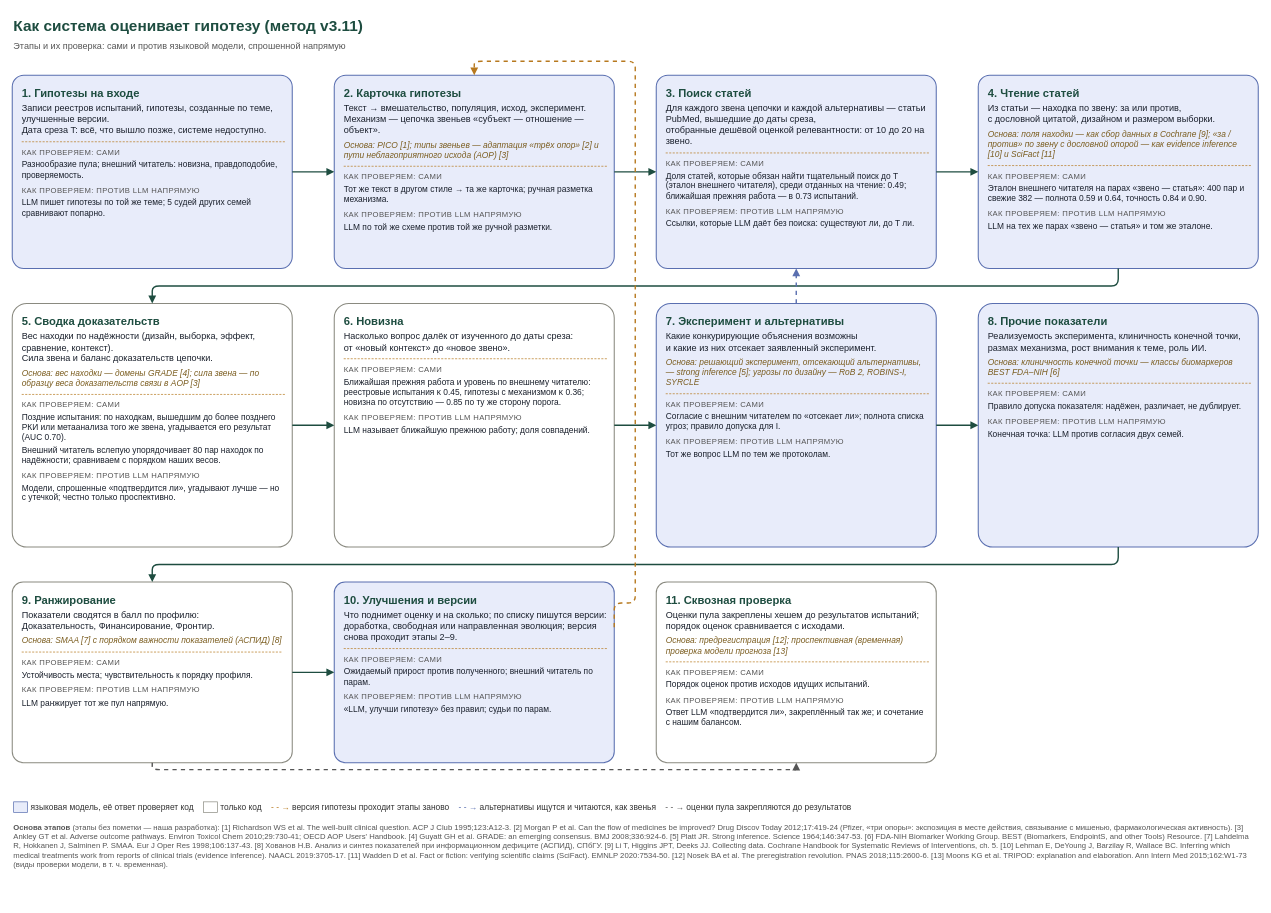
Above: scripts/docs/flow_check.drawio in danrd/hyp-arena (draw.io), before the change. Source tidied: cells renumbered, new cells numbered last; positions are measured from the earlier drawing's top-left corner, leaving out a move shared by most shapes. Both pictures are drawn from the tidied source at 70%, with x=0, y=0 at pixel (12, 12).
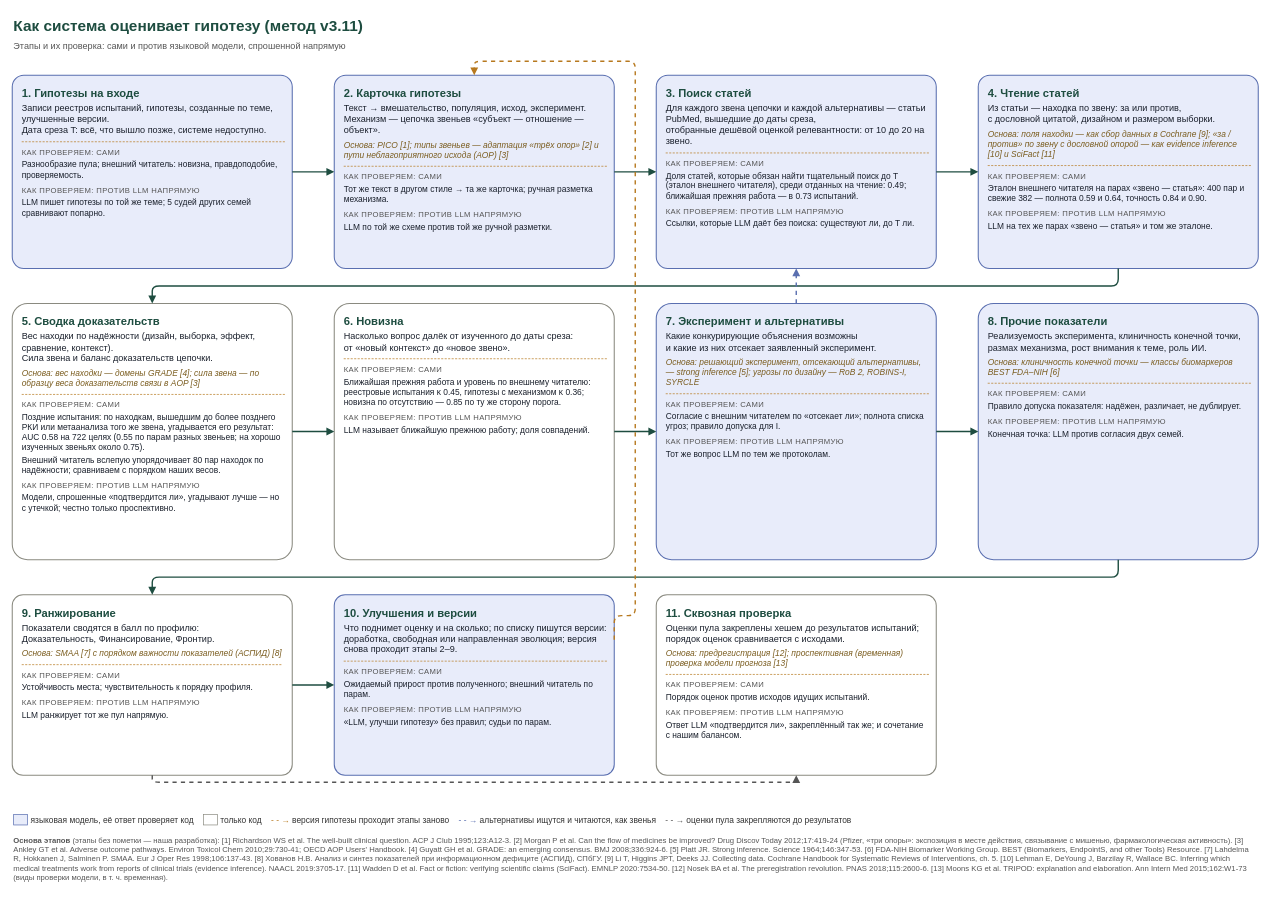
After the change.

Commit message (it also covers changes not shown here):
Schemes redrawn by a committed renderer (scripts/docs/render_png.js); flow scheme R2 updated; backlog rows closed this session

The change refers to these unchanged cells:
```xml
<mxCell id="4" value="&lt;div style='font-size:16px;color:#1E4D40'&gt;&lt;b&gt;2. Карточка гипотезы&lt;/b&gt;&lt;/div&gt;&lt;div style='margin-top:4px'&gt;Текст → вмешательство, популяция, исход, эксперимент.&lt;br/&gt;Механизм — цепочка звеньев «субъект — отношение — объект».&lt;/div&gt;&lt;div style='margin-top:6px;font-size:12px;color:#7A5C1E'&gt;&lt;i&gt;Основа: PICO [1]; типы звеньев — адаптация «трёх опор» [2] и пути неблагоприятного исхода (AOP) [3]&lt;/i&gt;&lt;/div&gt;&lt;div style='margin-top:8px;border-top:1px dashed #B7791F'&gt;&lt;/div&gt;&lt;div style='margin-top:8px;font-size:11px;color:#555;text-transform:uppercase;letter-spacing:0.5px'&gt;Как проверяем: сами&lt;/div&gt;&lt;div style='font-size:12px'&gt;&lt;div style='margin-top:4px'&gt;Тот же текст в другом стиле → та же карточка; ручная разметка механизма.&lt;/div&gt;&lt;/div&gt;&lt;div style='margin-top:8px;font-size:11px;color:#555;text-transform:uppercase;letter-spacing:0.5px'&gt;Как проверяем: против LLM напрямую&lt;/div&gt;&lt;div style='font-size:12px'&gt;&lt;div style='margin-top:4px'&gt;LLM по той же схеме против той же ручной разметки.&lt;/div&gt;&lt;/div&gt;" style="rounded=1;arcSize=6;whiteSpace=wrap;html=1;fillColor=#E8ECFA;strokeColor=#5A6FB0;strokeWidth=1.5;fontSize=13;fontColor=#1A202C;align=left;verticalAlign=top;spacingLeft=12;spacingRight=10;spacingTop=10;" parent="1" vertex="1">
  <mxGeometry x="460" y="90" width="400" height="276" as="geometry" />
</mxCell>
```

Change to the diagram source:
```diff
@@
-    <mxCell id="7" value="&lt;div style='font-size:16px;color:#1E4D40'&gt;&lt;b&gt;5. Сводка доказательств&lt;/b&gt;&lt;/div&gt;&lt;div style='margin-top:4px'&gt;Вес находки по надёжности (дизайн, выборка, эффект, сравнение, контекст).&lt;br/&gt;Сила звена и баланс доказательств цепочки.&lt;/div&gt;&lt;div style='margin-top:6px;font-size:12px;color:#7A5C1E'&gt;&lt;i&gt;Основа: вес находки — домены GRADE [4]; сила звена — по образцу веса доказательств связи в AOP [3]&lt;/i&gt;&lt;/div&gt;&lt;div style='margin-top:8px;border-top:1px dashed #B7791F'&gt;&lt;/div&gt;&lt;div style='margin-top:8px;font-size:11px;color:#555;text-transform:uppercase;letter-spacing:0.5px'&gt;Как проверяем: сами&lt;/div&gt;&lt;div style='font-size:12px'&gt;&lt;div style='margin-top:4px'&gt;Поздние испытания: по находкам, вышедшим до более позднего РКИ или метаанализа того же звена, угадывается его результат (AUC 0.70).&lt;/div&gt;&lt;div style='margin-top:4px'&gt;Внешний читатель вслепую упорядочивает 80 пар находок по надёжности; сравниваем с порядком наших весов.&lt;/div&gt;&lt;/div&gt;&lt;div style='margin-top:8px;font-size:11px;color:#555;text-transform:uppercase;letter-spacing:0.5px'&gt;Как проверяем: против LLM напрямую&lt;/div&gt;&lt;div style='font-size:12px'&gt;&lt;div style='margin-top:4px'&gt;Модели, спрошенные «подтвердится ли», угадывают лучше — но с утечкой; честно только проспективно.&lt;/div&gt;&lt;/div&gt;" style="rounded=1;arcSize=6;whiteSpace=wrap;html=1;fillColor=#FFFFFF;strokeColor=#8A8A80;strokeWidth=1.5;fontSize=13;fontColor=#1A202C;align=left;verticalAlign=top;spacingLeft=12;spacingRight=10;spacingTop=10;" parent="1" vertex="1">
-      <mxGeometry y="416" width="400" height="348" as="geometry" />
+    <mxCell id="7" value="&lt;div style='font-size:16px;color:#1E4D40'&gt;&lt;b&gt;5. Сводка доказательств&lt;/b&gt;&lt;/div&gt;&lt;div style='margin-top:4px'&gt;Вес находки по надёжности (дизайн, выборка, эффект, сравнение, контекст).&lt;br/&gt;Сила звена и баланс доказательств цепочки.&lt;/div&gt;&lt;div style='margin-top:6px;font-size:12px;color:#7A5C1E'&gt;&lt;i&gt;Основа: вес находки — домены GRADE [4]; сила звена — по образцу веса доказательств связи в AOP [3]&lt;/i&gt;&lt;/div&gt;&lt;div style='margin-top:8px;border-top:1px dashed #B7791F'&gt;&lt;/div&gt;&lt;div style='margin-top:8px;font-size:11px;color:#555;text-transform:uppercase;letter-spacing:0.5px'&gt;Как проверяем: сами&lt;/div&gt;&lt;div style='font-size:12px'&gt;&lt;div style='margin-top:4px'&gt;Поздние испытания: по находкам, вышедшим до более позднего РКИ или метаанализа того же звена, угадывается его результат: AUC 0.58 на 722 целях (0.55 по парам разных звеньев; на хорошо изученных звеньях около 0.75).&lt;/div&gt;&lt;div style='margin-top:4px'&gt;Внешний читатель вслепую упорядочивает 80 пар находок по надёжности; сравниваем с порядком наших весов.&lt;/div&gt;&lt;/div&gt;&lt;div style='margin-top:8px;font-size:11px;color:#555;text-transform:uppercase;letter-spacing:0.5px'&gt;Как проверяем: против LLM напрямую&lt;/div&gt;&lt;div style='font-size:12px'&gt;&lt;div style='margin-top:4px'&gt;Модели, спрошенные «подтвердится ли», угадывают лучше — но с утечкой; честно только проспективно.&lt;/div&gt;&lt;/div&gt;" style="rounded=1;arcSize=6;whiteSpace=wrap;html=1;fillColor=#FFFFFF;strokeColor=#8A8A80;strokeWidth=1.5;fontSize=13;fontColor=#1A202C;align=left;verticalAlign=top;spacingLeft=12;spacingRight=10;spacingTop=10;" parent="1" vertex="1">
+      <mxGeometry y="416" width="400" height="366" as="geometry" />
     </mxCell>
     <mxCell id="8" value="&lt;div style='font-size:16px;color:#1E4D40'&gt;&lt;b&gt;6. Новизна&lt;/b&gt;&lt;/div&gt;&lt;div style='margin-top:4px'&gt;Насколько вопрос далёк от изученного до даты среза:&lt;br/&gt;от «новый контекст» до «новое звено».&lt;/div&gt;&lt;div style='margin-top:8px;border-top:1px dashed #B7791F'&gt;&lt;/div&gt;&lt;div style='margin-top:8px;font-size:11px;color:#555;text-transform:uppercase;letter-spacing:0.5px'&gt;Как проверяем: сами&lt;/div&gt;&lt;div style='font-size:12px'&gt;&lt;div style='margin-top:4px'&gt;Ближайшая прежняя работа и уровень по внешнему читателю: реестровые испытания κ 0.45, гипотезы с механизмом κ 0.36; новизна по отсутствию — 0.85 по ту же сторону порога.&lt;/div&gt;&lt;/div&gt;&lt;div style='margin-top:8px;font-size:11px;color:#555;text-transform:uppercase;letter-spacing:0.5px'&gt;Как проверяем: против LLM напрямую&lt;/div&gt;&lt;div style='font-size:12px'&gt;&lt;div style='margin-top:4px'&gt;LLM называет ближайшую прежнюю работу; доля совпадений.&lt;/div&gt;&lt;/div&gt;" style="rounded=1;arcSize=6;whiteSpace=wrap;html=1;fillColor=#FFFFFF;strokeColor=#8A8A80;strokeWidth=1.5;fontSize=13;fontColor=#1A202C;align=left;verticalAlign=top;spacingLeft=12;spacingRight=10;spacingTop=10;" parent="1" vertex="1">
-      <mxGeometry x="460" y="416" width="400" height="348" as="geometry" />
+      <mxGeometry x="460" y="416" width="400" height="366" as="geometry" />
     </mxCell>
     <mxCell id="9" value="&lt;div style='font-size:16px;color:#1E4D40'&gt;&lt;b&gt;7. Эксперимент и альтернативы&lt;/b&gt;&lt;/div&gt;&lt;div style='margin-top:4px'&gt;Какие конкурирующие объяснения возможны&lt;br/&gt;и какие из них отсекает заявленный эксперимент.&lt;/div&gt;&lt;div style='margin-top:6px;font-size:12px;color:#7A5C1E'&gt;&lt;i&gt;Основа: решающий эксперимент, отсекающий альтернативы, — strong inference [5]; угрозы по дизайну — RoB 2, ROBINS-I, SYRCLE&lt;/i&gt;&lt;/div&gt;&lt;div style='margin-top:8px;border-top:1px dashed #B7791F'&gt;&lt;/div&gt;&lt;div style='margin-top:8px;font-size:11px;color:#555;text-transform:uppercase;letter-spacing:0.5px'&gt;Как проверяем: сами&lt;/div&gt;&lt;div style='font-size:12px'&gt;&lt;div style='margin-top:4px'&gt;Согласие с внешним читателем по «отсекает ли»; полнота списка угроз; правило допуска для I.&lt;/div&gt;&lt;/div&gt;&lt;div style='margin-top:8px;font-size:11px;color:#555;text-transform:uppercase;letter-spacing:0.5px'&gt;Как проверяем: против LLM напрямую&lt;/div&gt;&lt;div style='font-size:12px'&gt;&lt;div style='margin-top:4px'&gt;Тот же вопрос LLM по тем же протоколам.&lt;/div&gt;&lt;/div&gt;" style="rounded=1;arcSize=6;whiteSpace=wrap;html=1;fillColor=#E8ECFA;strokeColor=#5A6FB0;strokeWidth=1.5;fontSize=13;fontColor=#1A202C;align=left;verticalAlign=top;spacingLeft=12;spacingRight=10;spacingTop=10;" parent="1" vertex="1">
-      <mxGeometry x="920" y="416" width="400" height="348" as="geometry" />
+      <mxGeometry x="920" y="416" width="400" height="366" as="geometry" />
     </mxCell>
     <mxCell id="10" value="&lt;div style='font-size:16px;color:#1E4D40'&gt;&lt;b&gt;8. Прочие показатели&lt;/b&gt;&lt;/div&gt;&lt;div style='margin-top:4px'&gt;Реализуемость эксперимента, клиничность конечной точки,&lt;br/&gt;размах механизма, рост внимания к теме, роль ИИ.&lt;/div&gt;&lt;div style='margin-top:6px;font-size:12px;color:#7A5C1E'&gt;&lt;i&gt;Основа: клиничность конечной точки — классы биомаркеров BEST FDA–NIH [6]&lt;/i&gt;&lt;/div&gt;&lt;div style='margin-top:8px;border-top:1px dashed #B7791F'&gt;&lt;/div&gt;&lt;div style='margin-top:8px;font-size:11px;color:#555;text-transform:uppercase;letter-spacing:0.5px'&gt;Как проверяем: сами&lt;/div&gt;&lt;div style='font-size:12px'&gt;&lt;div style='margin-top:4px'&gt;Правило допуска показателя: надёжен, различает, не дублирует.&lt;/div&gt;&lt;/div&gt;&lt;div style='margin-top:8px;font-size:11px;color:#555;text-transform:uppercase;letter-spacing:0.5px'&gt;Как проверяем: против LLM напрямую&lt;/div&gt;&lt;div style='font-size:12px'&gt;&lt;div style='margin-top:4px'&gt;Конечная точка: LLM против согласия двух семей.&lt;/div&gt;&lt;/div&gt;" style="rounded=1;arcSize=6;whiteSpace=wrap;html=1;fillColor=#E8ECFA;strokeColor=#5A6FB0;strokeWidth=1.5;fontSize=13;fontColor=#1A202C;align=left;verticalAlign=top;spacingLeft=12;spacingRight=10;spacingTop=10;" parent="1" vertex="1">
-      <mxGeometry x="1380" y="416" width="400" height="348" as="geometry" />
+      <mxGeometry x="1380" y="416" width="400" height="366" as="geometry" />
     </mxCell>
     <mxCell id="11" value="&lt;div style='font-size:16px;color:#1E4D40'&gt;&lt;b&gt;9. Ранжирование&lt;/b&gt;&lt;/div&gt;&lt;div style='margin-top:4px'&gt;Показатели сводятся в балл по профилю:&lt;br/&gt;Доказательность, Финансирование, Фронтир.&lt;/div&gt;&lt;div style='margin-top:6px;font-size:12px;color:#7A5C1E'&gt;&lt;i&gt;Основа: SMAA [7] с порядком важности показателей (АСПИД) [8]&lt;/i&gt;&lt;/div&gt;&lt;div style='margin-top:8px;border-top:1px dashed #B7791F'&gt;&lt;/div&gt;&lt;div style='margin-top:8px;font-size:11px;color:#555;text-transform:uppercase;letter-spacing:0.5px'&gt;Как проверяем: сами&lt;/div&gt;&lt;div style='font-size:12px'&gt;&lt;div style='margin-top:4px'&gt;Устойчивость места; чувствительность к порядку профиля.&lt;/div&gt;&lt;/div&gt;&lt;div style='margin-top:8px;font-size:11px;color:#555;text-transform:uppercase;letter-spacing:0.5px'&gt;Как проверяем: против LLM напрямую&lt;/div&gt;&lt;div style='font-size:12px'&gt;&lt;div style='margin-top:4px'&gt;LLM ранжирует тот же пул напрямую.&lt;/div&gt;&lt;/div&gt;" style="rounded=1;arcSize=6;whiteSpace=wrap;html=1;fillColor=#FFFFFF;strokeColor=#8A8A80;strokeWidth=1.5;fontSize=13;fontColor=#1A202C;align=left;verticalAlign=top;spacingLeft=12;spacingRight=10;spacingTop=10;" parent="1" vertex="1">
-      <mxGeometry y="814" width="400" height="258" as="geometry" />
+      <mxGeometry y="832" width="400" height="258" as="geometry" />
     </mxCell>
     <mxCell id="12" value="&lt;div style='font-size:16px;color:#1E4D40'&gt;&lt;b&gt;10. Улучшения и версии&lt;/b&gt;&lt;/div&gt;&lt;div style='margin-top:4px'&gt;Что поднимет оценку и на сколько; по списку пишутся версии:&lt;br/&gt;доработка, свободная или направленная эволюция; версия снова проходит этапы 2–9.&lt;/div&gt;&lt;div style='margin-top:8px;border-top:1px dashed #B7791F'&gt;&lt;/div&gt;&lt;div style='margin-top:8px;font-size:11px;color:#555;text-transform:uppercase;letter-spacing:0.5px'&gt;Как проверяем: сами&lt;/div&gt;&lt;div style='font-size:12px'&gt;&lt;div style='margin-top:4px'&gt;Ожидаемый прирост против полученного; внешний читатель по парам.&lt;/div&gt;&lt;/div&gt;&lt;div style='margin-top:8px;font-size:11px;color:#555;text-transform:uppercase;letter-spacing:0.5px'&gt;Как проверяем: против LLM напрямую&lt;/div&gt;&lt;div style='font-size:12px'&gt;&lt;div style='margin-top:4px'&gt;«LLM, улучши гипотезу» без правил; судьи по парам.&lt;/div&gt;&lt;/div&gt;" style="rounded=1;arcSize=6;whiteSpace=wrap;html=1;fillColor=#E8ECFA;strokeColor=#5A6FB0;strokeWidth=1.5;fontSize=13;fontColor=#1A202C;align=left;verticalAlign=top;spacingLeft=12;spacingRight=10;spacingTop=10;" parent="1" vertex="1">
-      <mxGeometry x="460" y="814" width="400" height="258" as="geometry" />
+      <mxGeometry x="460" y="832" width="400" height="258" as="geometry" />
     </mxCell>
     <mxCell id="13" value="&lt;div style='font-size:16px;color:#1E4D40'&gt;&lt;b&gt;11. Сквозная проверка&lt;/b&gt;&lt;/div&gt;&lt;div style='margin-top:4px'&gt;Оценки пула закреплены хешем до результатов испытаний;&lt;br/&gt;порядок оценок сравнивается с исходами.&lt;/div&gt;&lt;div style='margin-top:6px;font-size:12px;color:#7A5C1E'&gt;&lt;i&gt;Основа: предрегистрация [12]; проспективная (временная) проверка модели прогноза [13]&lt;/i&gt;&lt;/div&gt;&lt;div style='margin-top:8px;border-top:1px dashed #B7791F'&gt;&lt;/div&gt;&lt;div style='margin-top:8px;font-size:11px;color:#555;text-transform:uppercase;letter-spacing:0.5px'&gt;Как проверяем: сами&lt;/div&gt;&lt;div style='font-size:12px'&gt;&lt;div style='margin-top:4px'&gt;Порядок оценок против исходов идущих испытаний.&lt;/div&gt;&lt;/div&gt;&lt;div style='margin-top:8px;font-size:11px;color:#555;text-transform:uppercase;letter-spacing:0.5px'&gt;Как проверяем: против LLM напрямую&lt;/div&gt;&lt;div style='font-size:12px'&gt;&lt;div style='margin-top:4px'&gt;Ответ LLM «подтвердится ли», закреплённый так же; и сочетание с нашим балансом.&lt;/div&gt;&lt;/div&gt;" style="rounded=1;arcSize=6;whiteSpace=wrap;html=1;fillColor=#FFFFFF;strokeColor=#8A8A80;strokeWidth=1.5;fontSize=13;fontColor=#1A202C;align=left;verticalAlign=top;spacingLeft=12;spacingRight=10;spacingTop=10;" parent="1" vertex="1">
-      <mxGeometry x="920" y="814" width="400" height="258" as="geometry" />
+      <mxGeometry x="920" y="832" width="400" height="258" as="geometry" />
     </mxCell>
@@
     <mxCell id="23" style="edgeStyle=orthogonalEdgeStyle;rounded=1;html=1;endArrow=block;endFill=1;strokeColor=#1E4D40;strokeWidth=2;dashed=1;exitX=1;exitY=0.25;entryX=0.5;entryY=0;strokeColor=#B7791F;" parent="1" edge="1" source="12" target="4">
       <mxGeometry relative="1" as="geometry">
         <Array as="points">
-          <mxPoint x="890" y="844" />
+          <mxPoint x="890" y="862" />
           <mxPoint x="890" y="70" />
           <mxPoint x="660" y="70" />
         </Array>
       </mxGeometry>
     </mxCell>
@@
     <mxCell id="26" value="&lt;span style='background:#E8ECFA;border:1px solid #5A6FB0;padding:0 8px'&gt;&amp;nbsp;&lt;/span&gt; языковая модель, её ответ проверяет код &amp;nbsp;&amp;nbsp; &lt;span style='border:1px solid #8A8A80;padding:0 8px'&gt;&amp;nbsp;&lt;/span&gt; только код &amp;nbsp;&amp;nbsp; &lt;span style='color:#B7791F'&gt;- - →&lt;/span&gt; версия гипотезы проходит этапы заново &amp;nbsp;&amp;nbsp; &lt;span style='color:#5A6FB0'&gt;- - →&lt;/span&gt; альтернативы ищутся и читаются, как звенья &amp;nbsp;&amp;nbsp; &lt;span style='color:#555'&gt;- - →&lt;/span&gt; оценки пула закрепляются до результатов" style="text;html=1;fontSize=12;align=left;fontColor=#333;fillColor=none;strokeColor=none;" parent="1" vertex="1">
-      <mxGeometry y="1122" width="1780" height="26" as="geometry" />
+      <mxGeometry y="1140" width="1780" height="26" as="geometry" />
     </mxCell>
     <mxCell id="27" value="&lt;b&gt;Основа этапов&lt;/b&gt; (этапы без пометки — наша разработка): [1] Richardson WS et al. The well-built clinical question. ACP J Club 1995;123:A12-3. [2] Morgan P et al. Can the flow of medicines be improved? Drug Discov Today 2012;17:419-24 (Pfizer, «три опоры»: экспозиция в месте действия, связывание с мишенью, фармакологическая активность). [3] Ankley GT et al. Adverse outcome pathways. Environ Toxicol Chem 2010;29:730-41; OECD AOP Users' Handbook. [4] Guyatt GH et al. GRADE: an emerging consensus. BMJ 2008;336:924-6. [5] Platt JR. Strong inference. Science 1964;146:347-53. [6] FDA-NIH Biomarker Working Group. BEST (Biomarkers, EndpointS, and other Tools) Resource. [7] Lahdelma R, Hokkanen J, Salminen P. SMAA. Eur J Oper Res 1998;106:137-43. [8] Хованов Н.В. Анализ и синтез показателей при информационном дефиците (АСПИД), СПбГУ. [9] Li T, Higgins JPT, Deeks JJ. Collecting data. Cochrane Handbook for Systematic Reviews of Interventions, ch. 5. [10] Lehman E, DeYoung J, Barzilay R, Wallace BC. Inferring which medical treatments work from reports of clinical trials (evidence inference). NAACL 2019:3705-17. [11] Wadden D et al. Fact or fiction: verifying scientific claims (SciFact). EMNLP 2020:7534-50. [12] Nosek BA et al. The preregistration revolution. PNAS 2018;115:2600-6. [13] Moons KG et al. TRIPOD: explanation and elaboration. Ann Intern Med 2015;162:W1-73 (виды проверки модели, в т. ч. временная)." style="text;html=1;whiteSpace=wrap;fontSize=11;align=left;verticalAlign=top;fontColor=#555;fillColor=none;strokeColor=none;" parent="1" vertex="1">
-      <mxGeometry y="1152" width="1780" height="100" as="geometry" />
+      <mxGeometry y="1170" width="1780" height="100" as="geometry" />
     </mxCell>
```
